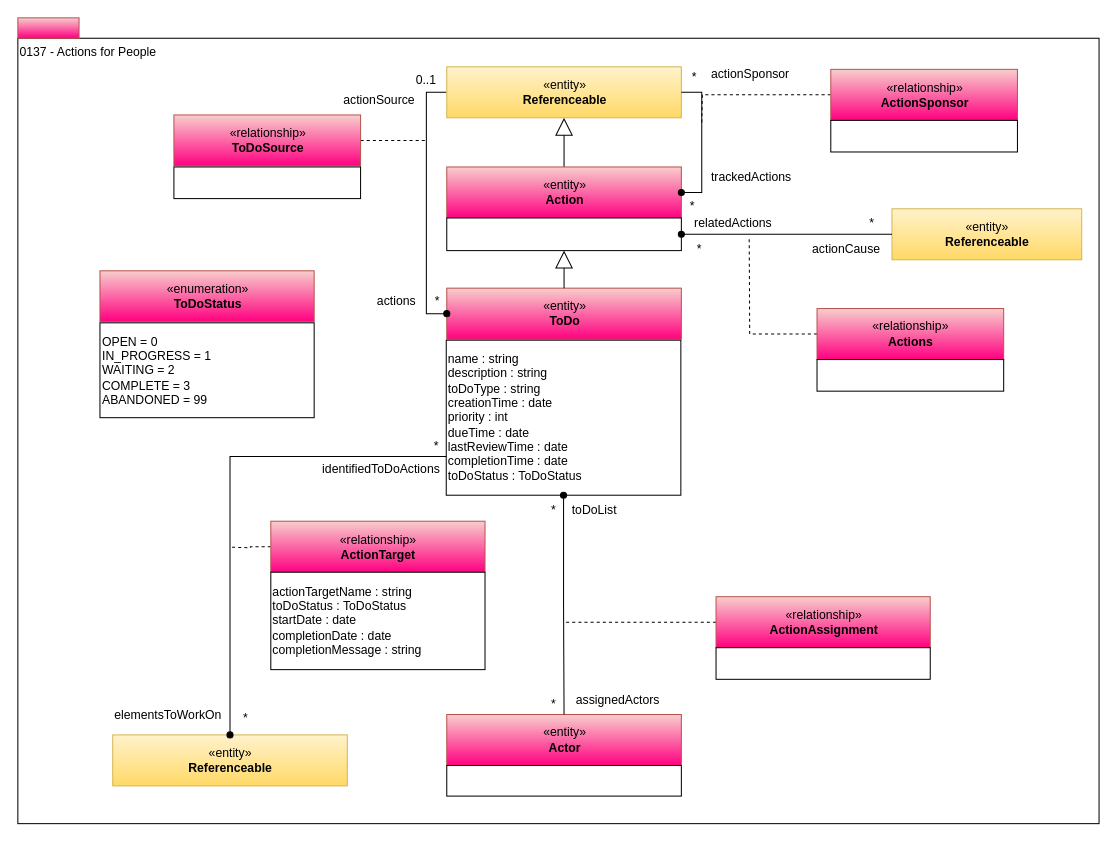
Before: page "0137-Actions" (12 of 16) of site/docs/types/1/area-1-collaboration.drawio in odpi/egeria-docs, a draw.io diagram. Source tidied: cells renumbered, new cells numbered last; positions are measured from the earlier drawing's top-left corner, leaving out a move shared by most shapes. Both pictures are drawn from the tidied source at 102%, with x=0, y=0 at pixel (17, 17).
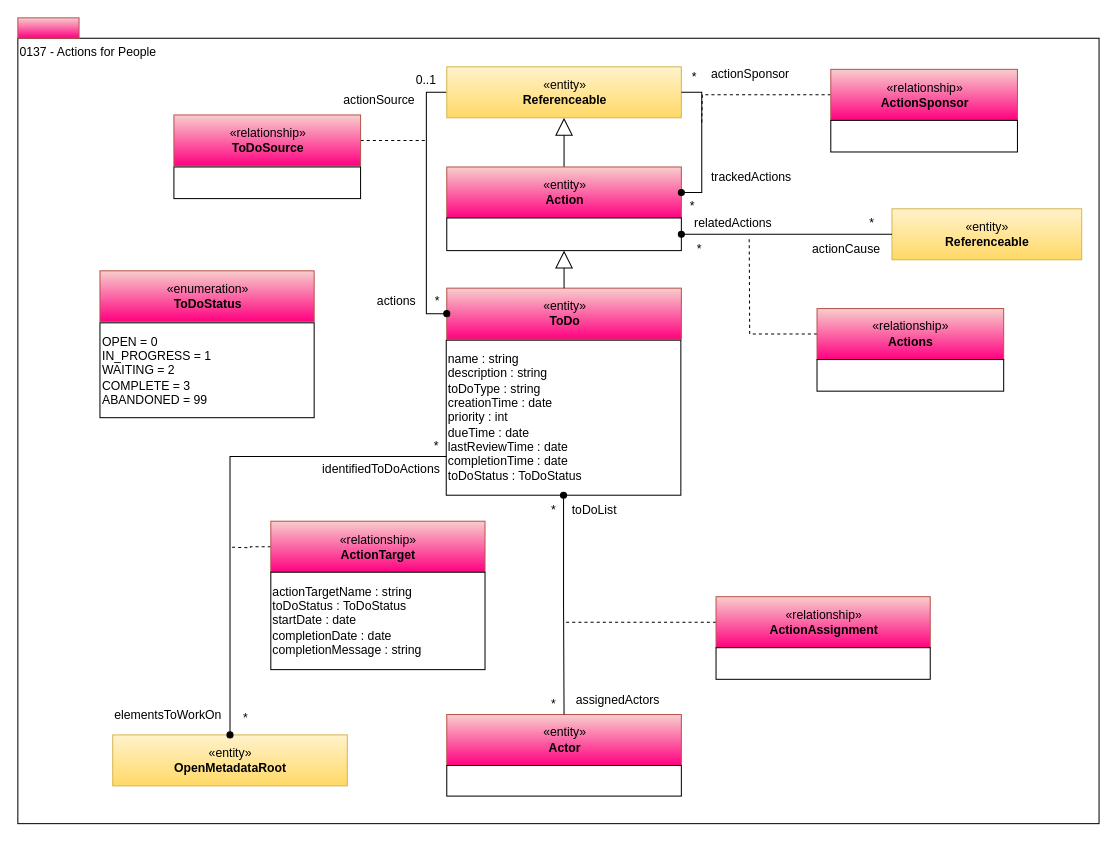
Above is the later version.

What changed in the source:
```diff
@@
-    <mxCell id="34" value="«entity»&lt;br&gt;&lt;b&gt;Referenceable&lt;/b&gt;" style="html=1;strokeColor=#d6b656;align=center;fillColor=#fff2cc;gradientColor=#ffd966;" parent="1" vertex="1">
+    <mxCell id="34" value="«entity»&lt;br&gt;&lt;b&gt;OpenMetadataRoot&lt;/b&gt;" style="html=1;strokeColor=#d6b656;align=center;fillColor=#fff2cc;gradientColor=#ffd966;" parent="1" vertex="1">
       <mxGeometry x="93" y="703" width="230" height="50" as="geometry" />
     </mxCell>
```
